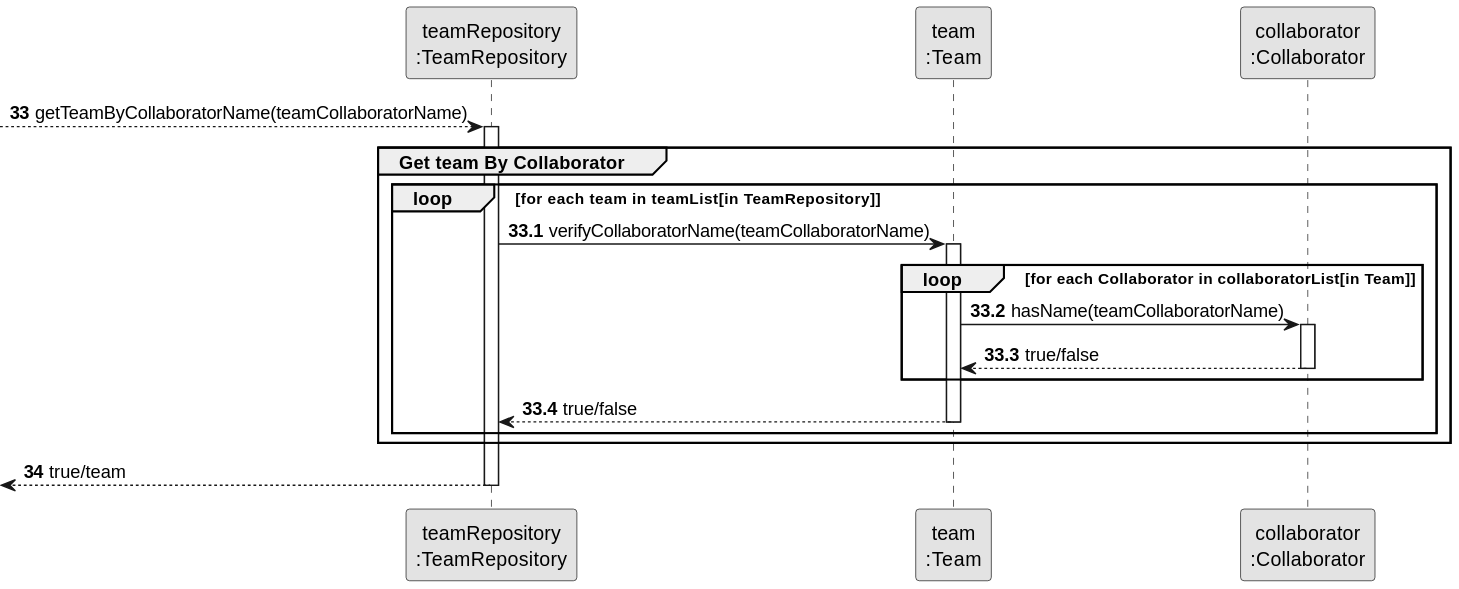
Above: docs/sprint3/us23/03.design/svg/us23-partial-sequence-diagram-get-team.svg in Departamento-de-Engenharia-Informatica/lei-24-s2-1db-g022 (PlantUML), before the change.
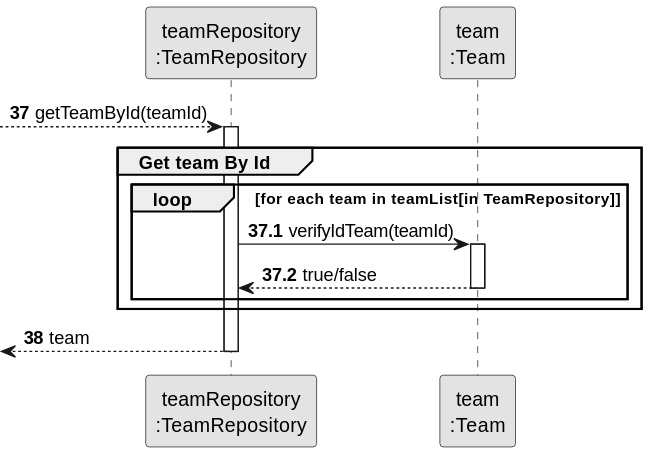
The same file after the commit.

The edit, as a diff of the source:
```diff
@@ -5,35 +5,22 @@
 
 participant "teamRepository\n:TeamRepository" as TEAMREPO
 participant "team\n:Team" as TEAM
-participant "collaborator\n:Collaborator" as COL
 
-autonumber 33
+autonumber 37
 
---> TEAMREPO : getTeamByCollaboratorName(teamCollaboratorName)
+--> TEAMREPO : getTeamById(teamId)
 
-autonumber 33.1
+autonumber 37.1
 
 activate TEAMREPO
 
-group Get team By Collaborator
+group Get team By Id
 
 loop for each team in teamList[in TeamRepository]
 
-TEAMREPO -> TEAM : verifyCollaboratorName(teamCollaboratorName)
+TEAMREPO -> TEAM : verifyIdTeam(teamId)
 
 activate TEAM
-
-loop for each Collaborator in collaboratorList[in Team]
-
-TEAM -> COL : hasName(teamCollaboratorName)
-
-activate COL
-
-COL --> TEAM : true/false
-
-deactivate COL
-
-end
 
 TEAM --> TEAMREPO : true/false
 
@@ -43,9 +30,9 @@
 
 end
 
-autonumber 34
+autonumber 38
 
-<--TEAMREPO : true/team
+<--TEAMREPO : team
 
 deactivate TEAMREPO
 @enduml
```
